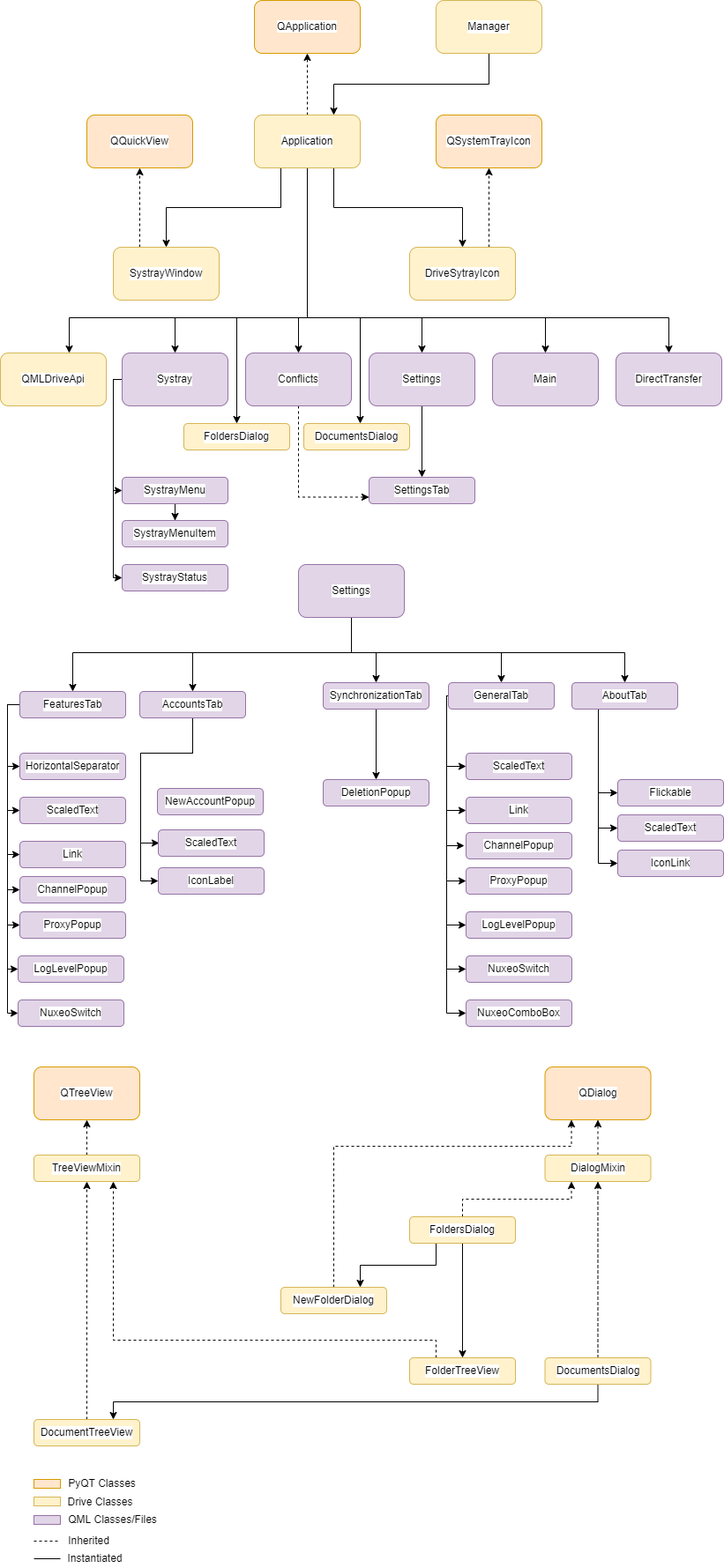
This is docs/design/Drive-GUI.drawio.png from nuxeo/nuxeo-drive, a draw.io export, as it was before one commit. Source tidied: cells renumbered, new cells last; positions are measured from the earlier drawing's top-left corner, leaving out a move shared by most shapes.
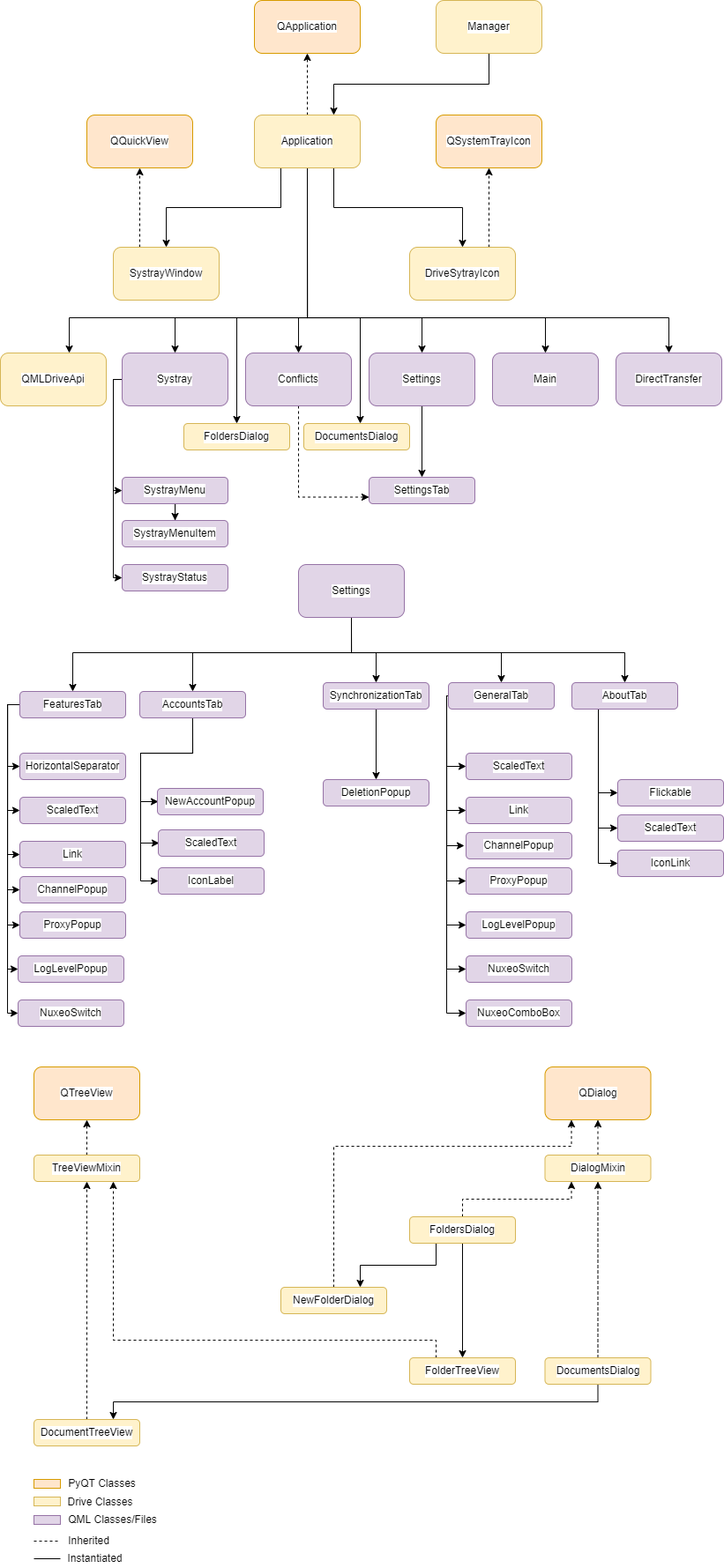
Later version of the same file.

Diff of the diagram source:
```diff
@@ -277,6 +277,16 @@
         </Array>
       </mxGeometry>
     </mxCell>
+    <mxCell id="121" style="edgeStyle=orthogonalEdgeStyle;rounded=0;jettySize=auto;html=1;entryX=0;entryY=0.5;entryDx=0;entryDy=0;exitX=0.5;exitY=1;exitDx=0;exitDy=0;" parent="1" edge="1" source="51">
+      <mxGeometry relative="1" as="geometry">
+        <mxPoint x="179" y="909" as="targetPoint" />
+        <Array as="points">
+          <mxPoint x="218" y="854" />
+          <mxPoint x="159" y="854" />
+          <mxPoint x="159" y="909" />
+        </Array>
+      </mxGeometry>
+    </mxCell>
     <mxCell id="51" value="AccountsTab" style="rounded=1;whiteSpace=wrap;html=1;labelBackgroundColor=#FFFFFF;fillColor=#e1d5e7;strokeColor=#9673a6;" parent="1" vertex="1">
       <mxGeometry x="158" y="784" width="120" height="30" as="geometry" />
     </mxCell>
```
